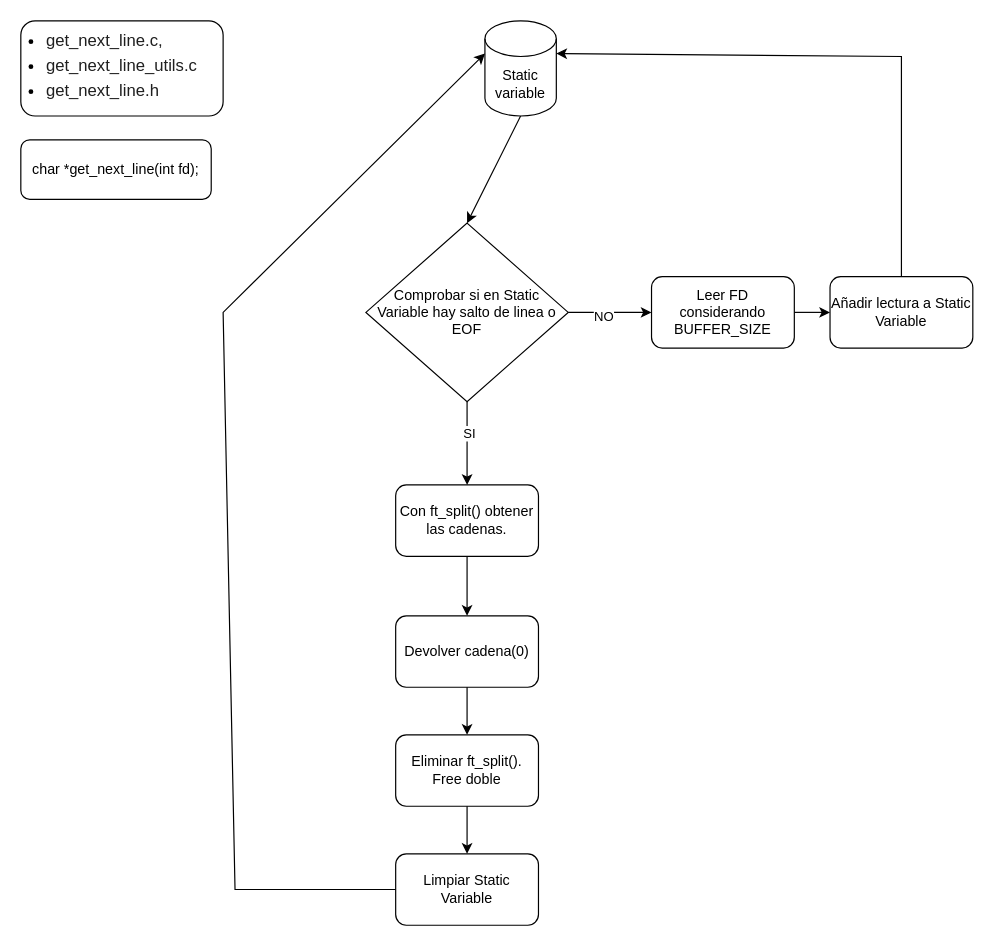
Earlier version of the draw.io diagram get_next_line/get_net_line.drawio (arlotetxu/42_cursus_reload). Source tidied: cells renumbered, new cells numbered last; positions are measured from the earlier drawing's top-left corner, leaving out a move shared by most shapes. Both pictures are drawn from the tidied source at 119%, with x=0, y=0 at pixel (20, 20).
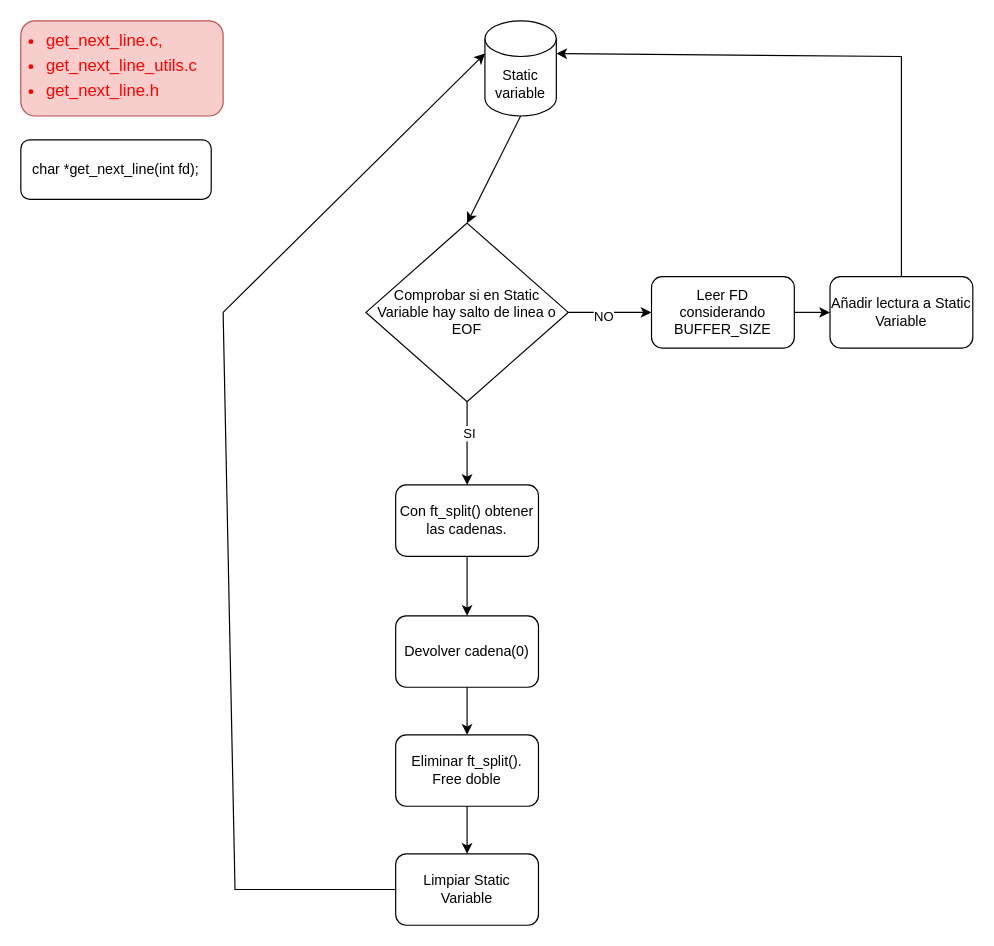
The same diagram, later.

Commit message (it also covers changes not shown here):
Starting the Get Next Line Projct

What changed in the source:
```diff
@@
-    <mxCell id="2" value="&lt;ul style=&quot;margin: 0px; padding: 0px; font-family: &amp;quot;Google Sans&amp;quot;, Arial, sans-serif; font-size: 14px; text-align: start;&quot; class=&quot;i8Z77e&quot;&gt;&lt;li style=&quot;margin: 0px 0px 4px; padding: 0px; list-style-type: disc;&quot; class=&quot;TrT0Xe&quot;&gt;&lt;font style=&quot;color: light-dark(rgb(31, 31, 31), rgb(255, 0, 0));&quot;&gt;get_next_line.c,&amp;nbsp;&lt;/font&gt;&lt;/li&gt;&lt;li style=&quot;margin: 0px 0px 4px; padding: 0px; list-style-type: disc;&quot; class=&quot;TrT0Xe&quot;&gt;&lt;font style=&quot;color: light-dark(rgb(31, 31, 31), rgb(255, 0, 0));&quot;&gt;get_next_line_utils.c&lt;/font&gt;&lt;/li&gt;&lt;li style=&quot;margin: 0px 0px 4px; padding: 0px; list-style-type: disc;&quot; class=&quot;TrT0Xe&quot;&gt;&lt;font style=&quot;color: light-dark(rgb(31, 31, 31), rgb(255, 0, 0));&quot;&gt;get_next_line.h&lt;/font&gt;&lt;br&gt;&lt;/li&gt;&lt;/ul&gt;" style="rounded=1;whiteSpace=wrap;html=1;" parent="1" vertex="1">
+    <mxCell id="2" value="&lt;ul class=&quot;i8Z77e&quot; style=&quot;margin: 0px; padding: 0px; font-family: &amp;quot;Google Sans&amp;quot;, Arial, sans-serif; font-size: 14px; text-align: start;&quot;&gt;&lt;li class=&quot;TrT0Xe&quot; style=&quot;margin: 0px 0px 4px; padding: 0px; list-style-type: disc;&quot;&gt;&lt;font style=&quot;color: rgb(255, 0, 0);&quot;&gt;get_next_line.c,&amp;nbsp;&lt;/font&gt;&lt;/li&gt;&lt;li class=&quot;TrT0Xe&quot; style=&quot;margin: 0px 0px 4px; padding: 0px; list-style-type: disc;&quot;&gt;&lt;font style=&quot;color: rgb(255, 0, 0);&quot;&gt;get_next_line_utils.c&lt;/font&gt;&lt;/li&gt;&lt;li class=&quot;TrT0Xe&quot; style=&quot;margin: 0px 0px 4px; padding: 0px; list-style-type: disc;&quot;&gt;&lt;font style=&quot;color: rgb(255, 0, 0);&quot;&gt;get_next_line.h&lt;/font&gt;&lt;br&gt;&lt;/li&gt;&lt;/ul&gt;" style="rounded=1;whiteSpace=wrap;html=1;fillColor=#f8cecc;strokeColor=#b85450;gradientColor=none;fontColor=#FF0000;" parent="1" vertex="1">
       <mxGeometry width="170" height="80" as="geometry" />
     </mxCell>
```
